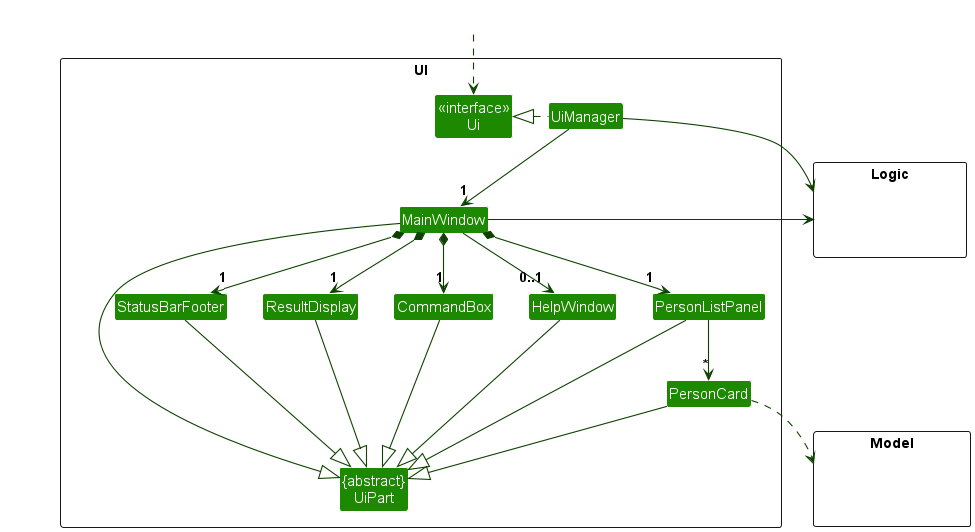
Before: docs/images/UiClassDiagram.png, a diagram exported from PlantUML (nus-cs2103-AY2425S1/tp).
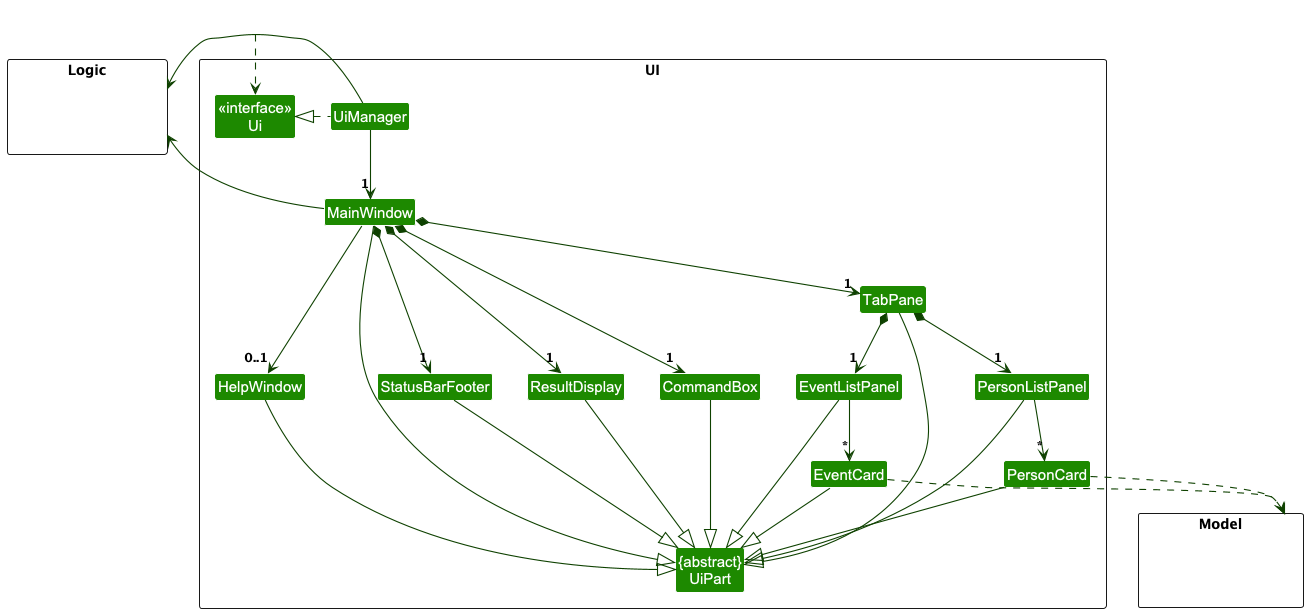
After the change.

The edit, as a diff of the source:
```diff
@@ -11,10 +11,13 @@
 Class MainWindow
 Class HelpWindow
 Class ResultDisplay
+Class StatusBarFooter
+Class CommandBox
+Class TabPane
+Class EventListPanel
+Class EventCard
 Class PersonListPanel
 Class PersonCard
-Class StatusBarFooter
-Class CommandBox
 }
 
 package Model <<Rectangle>> {
@@ -32,22 +35,30 @@
 UiManager -down-> "1" MainWindow
 MainWindow *-down->  "1" CommandBox
 MainWindow *-down-> "1" ResultDisplay
-MainWindow *-down-> "1" PersonListPanel
+MainWindow *-down-> "1" TabPane
 MainWindow *-down-> "1" StatusBarFooter
 MainWindow --> "0..1" HelpWindow
 
+TabPane *-down-> "1" EventListPanel
+TabPane *-down-> "1" PersonListPanel
+
 PersonListPanel -down-> "*" PersonCard
+EventListPanel -down-> "*" EventCard
 
 MainWindow -left-|> UiPart
 
 ResultDisplay --|> UiPart
 CommandBox --|> UiPart
+TabPane --|> UiPart
 PersonListPanel --|> UiPart
 PersonCard --|> UiPart
+EventListPanel --|> UiPart
+EventCard --|> UiPart
 StatusBarFooter --|> UiPart
 HelpWindow --|> UiPart
 
 PersonCard ..> Model
+EventCard ..> Model
 UiManager -right-> Logic
 MainWindow -left-> Logic
 
```
